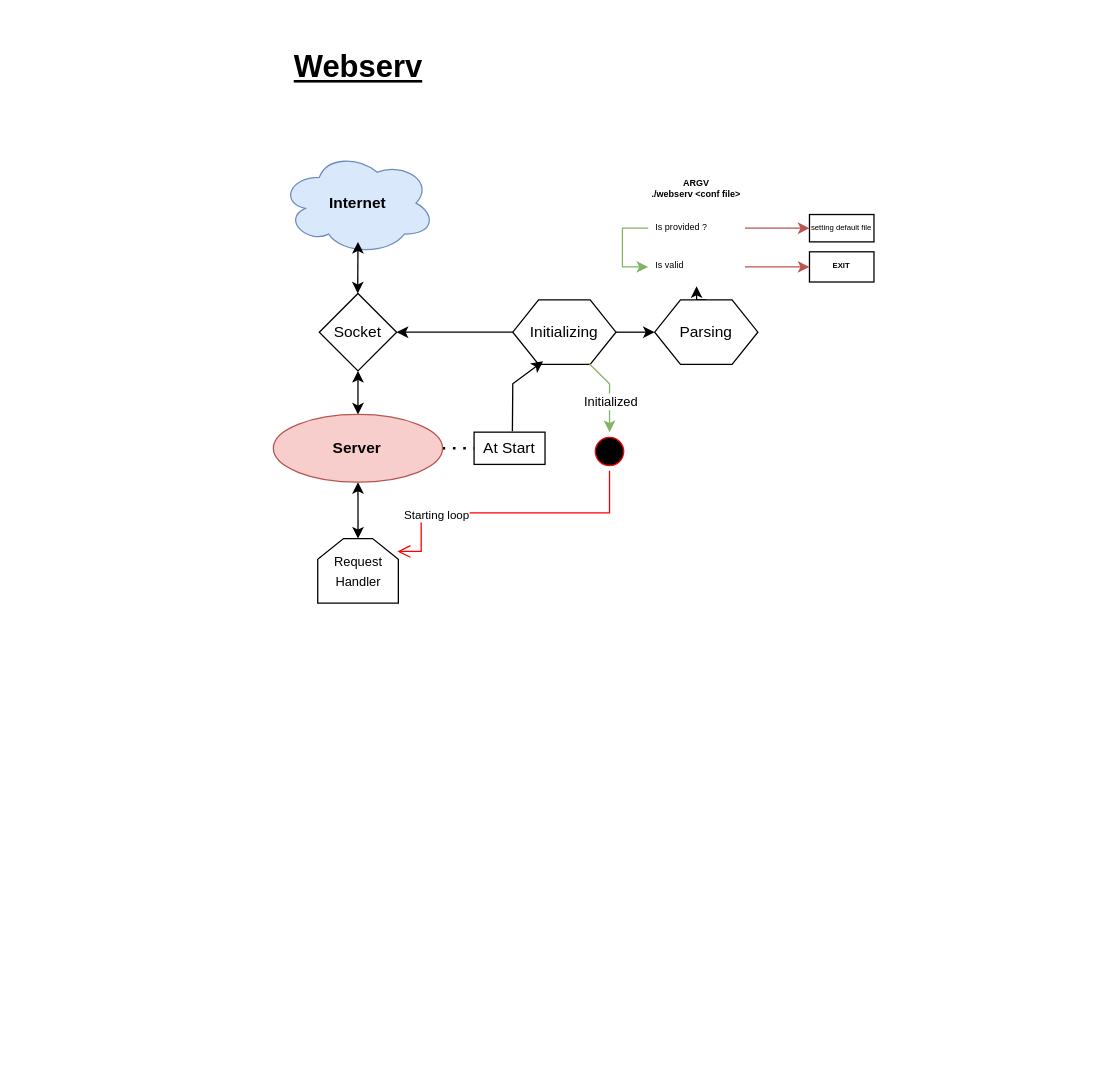
chabrune/Webserv keeps this draw.io diagram as webserv.drawio. Above is the earlier version. Source tidied: cells renumbered, new cells numbered last; positions are measured from the earlier drawing's top-left corner, leaving out a move shared by most shapes. Both pictures are drawn from the tidied source at 129%, with x=0, y=0 at pixel (272, 22).
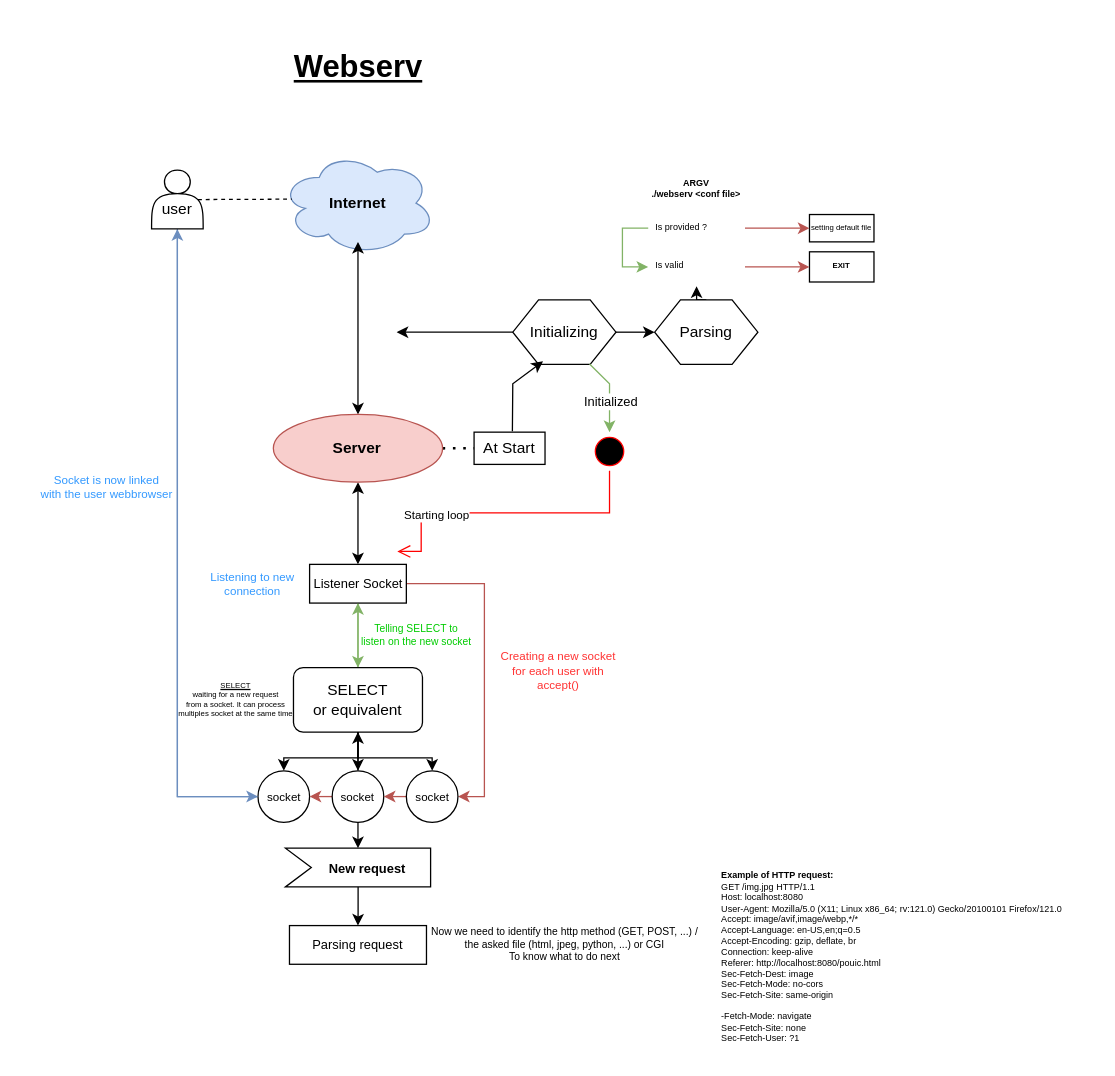
The same page after the edit.

The change refers to these unchanged cells:
```xml
<mxCell id="4" value="&lt;b&gt;Internet&lt;/b&gt;" style="ellipse;shape=cloud;whiteSpace=wrap;html=1;fillColor=#dae8fc;strokeColor=#6c8ebf;" parent="1" vertex="1">
  <mxGeometry x="6" y="100" width="120" height="80" as="geometry" />
</mxCell>
<mxCell id="8" value="Initializing" style="shape=hexagon;perimeter=hexagonPerimeter2;whiteSpace=wrap;html=1;fixedSize=1;" parent="1" vertex="1">
  <mxGeometry x="186" y="215" width="80" height="50" as="geometry" />
</mxCell>
<mxCell id="25" style="ellipse;html=1;shape=startState;fillColor=#000000;strokeColor=#ff0000;" parent="1" vertex="1">
  <mxGeometry x="246" y="317.5" width="30" height="30" as="geometry" />
</mxCell>
<mxCell id="30" value="&lt;div&gt;&lt;b&gt;Server&lt;/b&gt;&lt;/div&gt;" style="ellipse;whiteSpace=wrap;html=1;align=center;newEdgeStyle={&quot;edgeStyle&quot;:&quot;entityRelationEdgeStyle&quot;,&quot;startArrow&quot;:&quot;none&quot;,&quot;endArrow&quot;:&quot;none&quot;,&quot;segment&quot;:10,&quot;curved&quot;:1,&quot;sourcePerimeterSpacing&quot;:0,&quot;targetPerimeterSpacing&quot;:0};fillColor=#f8cecc;strokeColor=#b85450;" parent="1" vertex="1">
  <mxGeometry x="0.4" y="303.8" width="131.2" height="52.5" as="geometry" />
</mxCell>
```

What changed in the source:
```diff
@@
-    <mxCell id="2" value="Socket" style="rhombus;whiteSpace=wrap;html=1;" parent="1" vertex="1">
-      <mxGeometry x="36" y="210" width="60" height="60" as="geometry" />
-    </mxCell>
-    <mxCell id="3" style="endArrow=classic;startArrow=classic;html=1;rounded=0;entryX=0.5;entryY=1;entryDx=0;entryDy=0;exitX=0.5;exitY=0;exitDx=0;exitDy=0;" parent="1" edge="1" source="30" target="2">
-      <mxGeometry relative="1" as="geometry" />
-    </mxCell>
@@
-    <mxCell id="5" style="endArrow=classic;startArrow=classic;html=1;rounded=0;exitX=0.5;exitY=0;exitDx=0;exitDy=0;entryX=0.5;entryY=0.875;entryDx=0;entryDy=0;entryPerimeter=0;" parent="1" edge="1" target="4">
-      <mxGeometry relative="1" as="geometry">
-        <mxPoint x="65.8" y="210" as="sourcePoint" />
-      </mxGeometry>
+    <mxCell id="5" style="endArrow=classic;startArrow=classic;html=1;rounded=0;exitX=0.5;exitY=0;exitDx=0;exitDy=0;entryX=0.5;entryY=0.875;entryDx=0;entryDy=0;entryPerimeter=0;" parent="1" edge="1" source="30" target="4">
+      <mxGeometry relative="1" as="geometry" />
     </mxCell>
-    <mxCell id="6" style="edgeStyle=orthogonalEdgeStyle;rounded=0;jettySize=auto;html=1;exitX=0;exitY=0.5;exitDx=0;exitDy=0;entryX=1;entryY=0.5;entryDx=0;entryDy=0;" parent="1" edge="1" source="8" target="2">
-      <mxGeometry relative="1" as="geometry" />
+    <mxCell id="6" style="edgeStyle=orthogonalEdgeStyle;rounded=0;jettySize=auto;html=1;exitX=0;exitY=0.5;exitDx=0;exitDy=0;entryX=1;entryY=0.5;entryDx=0;entryDy=0;" parent="1" edge="1" source="8">
+      <mxGeometry relative="1" as="geometry">
+        <mxPoint x="96" y="240" as="targetPoint" />
+      </mxGeometry>
     </mxCell>
@@
-    <mxCell id="26" style="edgeStyle=orthogonalEdgeStyle;html=1;verticalAlign=bottom;endArrow=open;endSize=8;strokeColor=#ff0000;rounded=0;entryX=0.988;entryY=0.2;entryDx=0;entryDy=0;entryPerimeter=0;" parent="1" edge="1" source="25" target="28">
+    <mxCell id="26" style="edgeStyle=orthogonalEdgeStyle;html=1;verticalAlign=bottom;endArrow=open;endSize=8;strokeColor=#ff0000;rounded=0;entryX=0.988;entryY=0.2;entryDx=0;entryDy=0;entryPerimeter=0;" parent="1" edge="1" source="25">
       <mxGeometry relative="1" as="geometry">
+        <mxPoint x="96.5" y="410" as="targetPoint" />
         <Array as="points">
           <mxPoint x="261" y="380" />
           <mxPoint x="115" y="380" />
         </Array>
       </mxGeometry>
     </mxCell>
@@
-    <mxCell id="28" value="&lt;font style=&quot;font-size: 10px;&quot;&gt;Request Handler&lt;/font&gt;" style="shape=loopLimit;whiteSpace=wrap;html=1;" parent="1" vertex="1">
-      <mxGeometry x="34.8" y="400" width="62.5" height="50" as="geometry" />
-    </mxCell>
-    <mxCell id="29" style="endArrow=classic;startArrow=classic;html=1;rounded=0;entryX=0.5;entryY=1;entryDx=0;entryDy=0;exitX=0.5;exitY=0;exitDx=0;exitDy=0;" parent="1" edge="1" source="28" target="30">
+    <mxCell id="29" style="endArrow=classic;startArrow=classic;html=1;rounded=0;entryX=0.5;entryY=1;entryDx=0;entryDy=0;exitX=0.5;exitY=0;exitDx=0;exitDy=0;" parent="1" edge="1" source="33" target="30">
       <mxGeometry relative="1" as="geometry" />
     </mxCell>
@@
+    <mxCell id="31" style="edgeStyle=orthogonalEdgeStyle;rounded=0;jettySize=auto;html=1;entryX=0.5;entryY=0;entryDx=0;entryDy=0;fillColor=#d5e8d4;strokeColor=#82b366;" parent="1" edge="1" source="33" target="38">
+      <mxGeometry relative="1" as="geometry" />
+    </mxCell>
+    <mxCell id="32" style="edgeStyle=orthogonalEdgeStyle;rounded=0;jettySize=auto;html=1;entryX=1;entryY=0.5;entryDx=0;entryDy=0;fillColor=#f8cecc;strokeColor=#b85450;" parent="1" edge="1" source="33" target="46">
+      <mxGeometry relative="1" as="geometry">
+        <Array as="points">
+          <mxPoint x="164" y="435" />
+          <mxPoint x="164" y="600" />
+        </Array>
+      </mxGeometry>
+    </mxCell>
+    <mxCell id="33" value="&lt;font style=&quot;font-size: 10px;&quot;&gt;Listener Socket&lt;/font&gt;" style="rounded=0;whiteSpace=wrap;html=1;" parent="1" vertex="1">
+      <mxGeometry x="28.5" y="420" width="75" height="30" as="geometry" />
+    </mxCell>
+    <mxCell id="34" style="edgeStyle=orthogonalEdgeStyle;rounded=0;jettySize=auto;html=1;entryX=0.5;entryY=1;entryDx=0;entryDy=0;fillColor=#d5e8d4;strokeColor=#82b366;" parent="1" edge="1" source="38" target="33">
+      <mxGeometry relative="1" as="geometry" />
+    </mxCell>
+    <mxCell id="35" style="edgeStyle=orthogonalEdgeStyle;rounded=0;jettySize=auto;html=1;entryX=0.5;entryY=0;entryDx=0;entryDy=0;" parent="1" edge="1" source="38" target="41">
+      <mxGeometry relative="1" as="geometry" />
+    </mxCell>
+    <mxCell id="36" style="edgeStyle=orthogonalEdgeStyle;rounded=0;jettySize=auto;html=1;entryX=0.5;entryY=0;entryDx=0;entryDy=0;" parent="1" edge="1" source="38" target="44">
+      <mxGeometry relative="1" as="geometry" />
+    </mxCell>
+    <mxCell id="37" style="edgeStyle=orthogonalEdgeStyle;rounded=0;jettySize=auto;html=1;entryX=0.5;entryY=0;entryDx=0;entryDy=0;" parent="1" edge="1" source="38" target="46">
+      <mxGeometry relative="1" as="geometry" />
+    </mxCell>
+    <mxCell id="38" value="&lt;div&gt;SELECT&lt;/div&gt;&lt;div&gt;or equivalent&lt;br&gt;&lt;/div&gt;" style="rounded=1;whiteSpace=wrap;html=1;" parent="1" vertex="1">
+      <mxGeometry x="16" y="500" width="100" height="50" as="geometry" />
+    </mxCell>
+    <mxCell id="39" value="&lt;div style=&quot;font-size: 9px;&quot;&gt;&lt;font color=&quot;#3399ff&quot; style=&quot;font-size: 9px;&quot;&gt;Listening to new&lt;/font&gt;&lt;/div&gt;&lt;div style=&quot;font-size: 9px;&quot;&gt;&lt;font color=&quot;#3399ff&quot; style=&quot;font-size: 9px;&quot;&gt;connection&lt;/font&gt;&lt;font color=&quot;#3399ff&quot;&gt;&lt;br style=&quot;font-size: 9px;&quot;&gt;&lt;/font&gt;&lt;/div&gt;" style="text;html=1;align=center;verticalAlign=middle;fontSize=9;" parent="1" vertex="1">
+      <mxGeometry x="-61.5" y="415" width="90" height="40" as="geometry" />
+    </mxCell>
+    <mxCell id="40" style="edgeStyle=orthogonalEdgeStyle;rounded=0;jettySize=auto;html=1;entryX=0.5;entryY=1;entryDx=0;entryDy=0;fillColor=#dae8fc;strokeColor=#6c8ebf;" parent="1" edge="1" source="41" target="51">
+      <mxGeometry relative="1" as="geometry" />
+    </mxCell>
+    <mxCell id="41" value="&lt;font style=&quot;font-size: 9px;&quot;&gt;socket&lt;/font&gt;" style="ellipse;whiteSpace=wrap;html=1;" parent="1" vertex="1">
+      <mxGeometry x="-11.5" y="580" width="40" height="40" as="geometry" />
+    </mxCell>
+    <mxCell id="42" style="edgeStyle=orthogonalEdgeStyle;rounded=0;jettySize=auto;html=1;entryX=0.5;entryY=1;entryDx=0;entryDy=0;" parent="1" edge="1" source="44" target="38">
+      <mxGeometry relative="1" as="geometry" />
+    </mxCell>
+    <mxCell id="43" style="edgeStyle=orthogonalEdgeStyle;rounded=0;jettySize=auto;html=1;exitX=0;exitY=0.5;exitDx=0;exitDy=0;entryX=1;entryY=0.5;entryDx=0;entryDy=0;fontColor=#FF3333;fillColor=#f8cecc;strokeColor=#b85450;" parent="1" edge="1" source="44" target="41">
+      <mxGeometry relative="1" as="geometry" />
+    </mxCell>
+    <mxCell id="44" value="&lt;font style=&quot;font-size: 9px;&quot;&gt;socket&lt;/font&gt;" style="ellipse;whiteSpace=wrap;html=1;" parent="1" vertex="1">
+      <mxGeometry x="46" y="580" width="40" height="40" as="geometry" />
+    </mxCell>
+    <mxCell id="45" style="edgeStyle=orthogonalEdgeStyle;rounded=0;jettySize=auto;html=1;exitX=0;exitY=0.5;exitDx=0;exitDy=0;entryX=1;entryY=0.5;entryDx=0;entryDy=0;fillColor=#f8cecc;strokeColor=#b85450;" parent="1" edge="1" source="46" target="44">
+      <mxGeometry relative="1" as="geometry" />
+    </mxCell>
+    <mxCell id="46" value="&lt;font style=&quot;font-size: 9px;&quot;&gt;socket&lt;/font&gt;" style="ellipse;whiteSpace=wrap;html=1;" parent="1" vertex="1">
+      <mxGeometry x="103.5" y="580" width="40" height="40" as="geometry" />
+    </mxCell>
+    <mxCell id="47" value="&lt;div style=&quot;font-size: 9px;&quot;&gt;&lt;font color=&quot;#ff3333&quot;&gt;Creating a new socket&lt;/font&gt;&lt;/div&gt;&lt;div style=&quot;font-size: 9px;&quot;&gt;&lt;font color=&quot;#ff3333&quot;&gt;for each user with&lt;br&gt;&lt;/font&gt;&lt;/div&gt;&lt;div style=&quot;font-size: 9px;&quot;&gt;&lt;font color=&quot;#ff3333&quot;&gt;accept()&lt;br&gt;&lt;/font&gt;&lt;/div&gt;" style="text;html=1;align=center;verticalAlign=middle;strokeColor=none;fillColor=none;fontSize=9;" parent="1" vertex="1">
+      <mxGeometry x="166" y="478" width="110" height="50" as="geometry" />
+    </mxCell>
+    <mxCell id="48" value="&lt;div style=&quot;font-size: 8px;&quot;&gt;&lt;font style=&quot;font-size: 8px;&quot;&gt;Telling SELECT to &lt;br style=&quot;font-size: 8px;&quot;&gt;&lt;/font&gt;&lt;/div&gt;&lt;div style=&quot;font-size: 8px;&quot;&gt;&lt;font style=&quot;font-size: 8px;&quot;&gt;listen on the new socket&lt;/font&gt;&lt;br style=&quot;font-size: 8px;&quot;&gt;&lt;/div&gt;" style="text;html=1;align=center;verticalAlign=middle;fontSize=8;fontColor=#00CC00;" parent="1" vertex="1">
+      <mxGeometry x="56" y="460" width="110" height="30" as="geometry" />
+    </mxCell>
+    <mxCell id="49" value="&lt;div style=&quot;font-size: 6px;&quot;&gt;&lt;u style=&quot;font-size: 6px;&quot;&gt;SELECT&lt;/u&gt;&lt;/div&gt;&lt;div style=&quot;font-size: 6px;&quot;&gt;waiting for a new request&lt;/div&gt;&lt;div style=&quot;font-size: 6px;&quot;&gt;from a socket. It can process&lt;/div&gt;&lt;div style=&quot;font-size: 6px;&quot;&gt;multiples socket at the same time&lt;br style=&quot;font-size: 6px;&quot;&gt;&lt;/div&gt;" style="text;html=1;align=center;verticalAlign=middle;strokeColor=none;fillColor=none;fontSize=6;" parent="1" vertex="1">
+      <mxGeometry x="-84" y="505" width="110" height="40" as="geometry" />
+    </mxCell>
+    <mxCell id="50" style="edgeStyle=orthogonalEdgeStyle;rounded=0;jettySize=auto;html=1;entryX=0;entryY=0.5;entryDx=0;entryDy=0;fillColor=#dae8fc;strokeColor=#6c8ebf;exitX=0.5;exitY=1;exitDx=0;exitDy=0;" parent="1" edge="1" source="51" target="41">
+      <mxGeometry relative="1" as="geometry">
+        <Array as="points">
+          <mxPoint x="-74" y="600" />
+        </Array>
+      </mxGeometry>
+    </mxCell>
+    <mxCell id="51" value="&lt;div&gt;&lt;br&gt;&lt;/div&gt;&lt;div&gt;user&lt;/div&gt;" style="shape=actor;whiteSpace=wrap;html=1;" parent="1" vertex="1">
+      <mxGeometry x="-94" y="114.4" width="40" height="45.6" as="geometry" />
+    </mxCell>
+    <mxCell id="52" style="endArrow=none;dashed=1;html=1;rounded=0;exitX=0.9;exitY=0.5;exitDx=0;exitDy=0;exitPerimeter=0;entryX=0.073;entryY=0.461;entryDx=0;entryDy=0;entryPerimeter=0;endSize=6;jumpSize=6;" parent="1" edge="1" source="51" target="4">
+      <mxGeometry relative="1" as="geometry" />
+    </mxCell>
+    <mxCell id="53" value="&lt;div style=&quot;font-size: 9px;&quot;&gt;Socket is now linked&lt;/div&gt;&lt;div style=&quot;font-size: 9px;&quot;&gt;with the user webbrowser&lt;br style=&quot;font-size: 9px;&quot;&gt;&lt;/div&gt;" style="text;html=1;align=center;verticalAlign=middle;strokeColor=none;fillColor=none;fontSize=9;fontColor=#3399FF;" parent="1" vertex="1">
+      <mxGeometry x="-194" y="340" width="130" height="40" as="geometry" />
+    </mxCell>
+    <mxCell id="54" style="edgeStyle=orthogonalEdgeStyle;rounded=0;jettySize=auto;html=1;entryX=0.5;entryY=0;entryDx=0;entryDy=0;" parent="1" edge="1" source="55" target="57">
+      <mxGeometry relative="1" as="geometry" />
+    </mxCell>
+    <mxCell id="55" value="&lt;b&gt;&lt;font style=&quot;font-size: 10px;&quot;&gt;New request&lt;/font&gt;&lt;/b&gt;" style="html=1;shape=mxgraph.infographic.ribbonSimple;notch1=20;notch2=0;align=center;verticalAlign=middle;fontSize=14;fontStyle=0;fillColor=#FFFFFF;flipH=0;spacingRight=0;spacingLeft=14;whiteSpace=wrap;" parent="1" vertex="1">
+      <mxGeometry x="9.8" y="640" width="112.5" height="30" as="geometry" />
+    </mxCell>
+    <mxCell id="56" style="edgeStyle=orthogonalEdgeStyle;rounded=0;jettySize=auto;html=1;entryX=0;entryY=0;entryDx=56.25;entryDy=0;entryPerimeter=0;" parent="1" edge="1" source="44" target="55">
+      <mxGeometry relative="1" as="geometry" />
+    </mxCell>
+    <mxCell id="57" value="Parsing request" style="rounded=0;whiteSpace=wrap;html=1;fontSize=10;" parent="1" vertex="1">
+      <mxGeometry x="12.9" y="700" width="106.2" height="30" as="geometry" />
+    </mxCell>
+    <mxCell id="58" value="&lt;div style=&quot;font-size: 8px;&quot;&gt;Now we need to identify the http method (GET, POST, ...) /&lt;/div&gt;&lt;div style=&quot;font-size: 8px;&quot;&gt;the asked file (html, jpeg, python, ...) or CGI&lt;/div&gt;&lt;div style=&quot;font-size: 8px;&quot;&gt;To know what to do next&lt;br style=&quot;font-size: 8px;&quot;&gt;&lt;/div&gt;" style="text;html=1;align=center;verticalAlign=middle;strokeColor=none;fillColor=none;fontSize=8;" parent="1" vertex="1">
+      <mxGeometry x="111" y="695" width="230" height="40" as="geometry" />
+    </mxCell>
+    <mxCell id="59" value="&lt;div style=&quot;font-size: 7px;&quot;&gt;&lt;b&gt;Example of HTTP request:&lt;/b&gt;&lt;/div&gt;&lt;div style=&quot;font-size: 7px;&quot;&gt;GET /img.jpg HTTP/1.1&lt;br style=&quot;font-size: 7px;&quot;&gt;Host: localhost:8080&lt;br style=&quot;font-size: 7px;&quot;&gt;User-Agent: Mozilla/5.0 (X11; Linux x86_64; rv:121.0) Gecko/20100101 Firefox/121.0&lt;br style=&quot;font-size: 7px;&quot;&gt;Accept: image/avif,image/webp,*/*&lt;br style=&quot;font-size: 7px;&quot;&gt;Accept-Language: en-US,en;q=0.5&lt;br style=&quot;font-size: 7px;&quot;&gt;Accept-Encoding: gzip, deflate, br&lt;br style=&quot;font-size: 7px;&quot;&gt;Connection: keep-alive&lt;br style=&quot;font-size: 7px;&quot;&gt;Referer: http://localhost:8080/pouic.html&lt;br style=&quot;font-size: 7px;&quot;&gt;Sec-Fetch-Dest: image&lt;br style=&quot;font-size: 7px;&quot;&gt;Sec-Fetch-Mode: no-cors&lt;br style=&quot;font-size: 7px;&quot;&gt;Sec-Fetch-Site: same-origin&lt;br style=&quot;font-size: 7px;&quot;&gt;&lt;br style=&quot;font-size: 7px;&quot;&gt;-Fetch-Mode: navigate&lt;br style=&quot;font-size: 7px;&quot;&gt;Sec-Fetch-Site: none&lt;br style=&quot;font-size: 7px;&quot;&gt;Sec-Fetch-User: ?1&lt;br style=&quot;font-size: 7px;&quot;&gt;&lt;/div&gt;" style="text;html=1;align=left;verticalAlign=middle;strokeColor=none;fillColor=none;fontSize=7;" parent="1" vertex="1">
+      <mxGeometry x="346" y="650" width="290" height="150" as="geometry" />
+    </mxCell>
```
